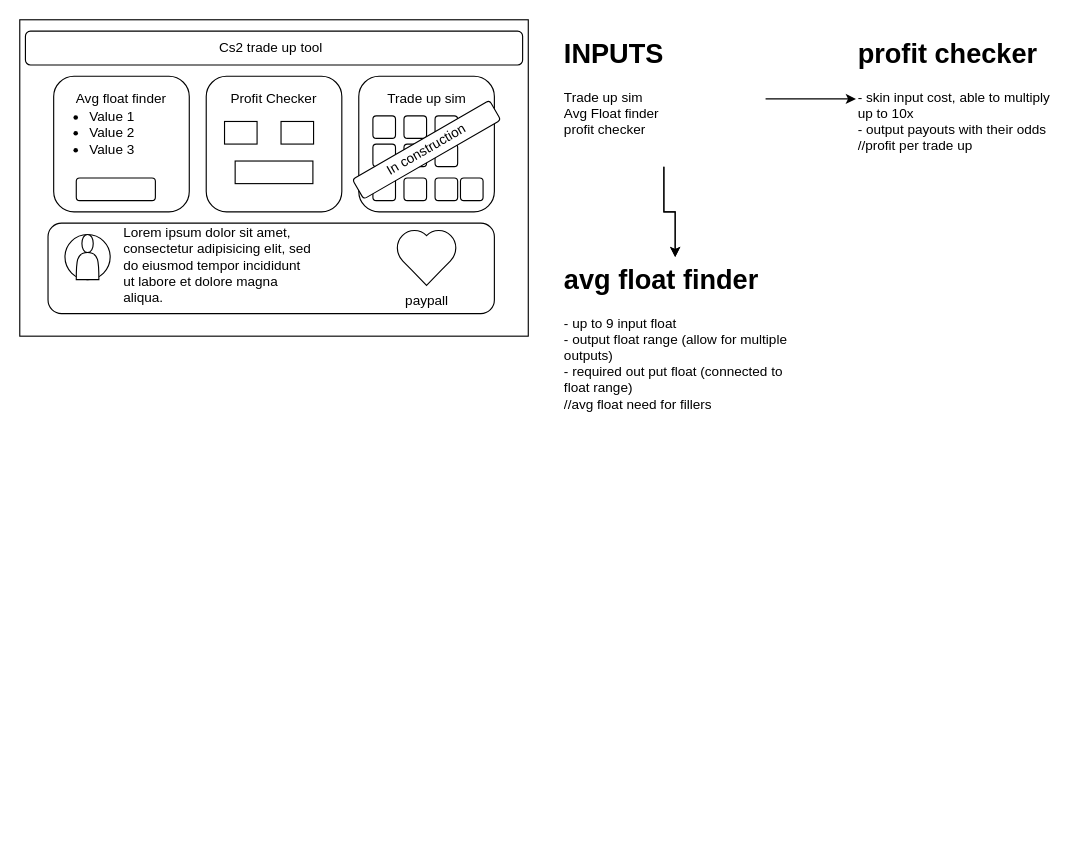
Above: TradeupDesign.drawio in o71ver/Trade-Up-Tool (draw.io), before the change. Source tidied: cells renumbered, new cells numbered last; positions are measured from the earlier drawing's top-left corner, leaving out a move shared by most shapes. Both pictures are drawn from the tidied source at 113%, with x=0, y=0 at pixel (19, 19).
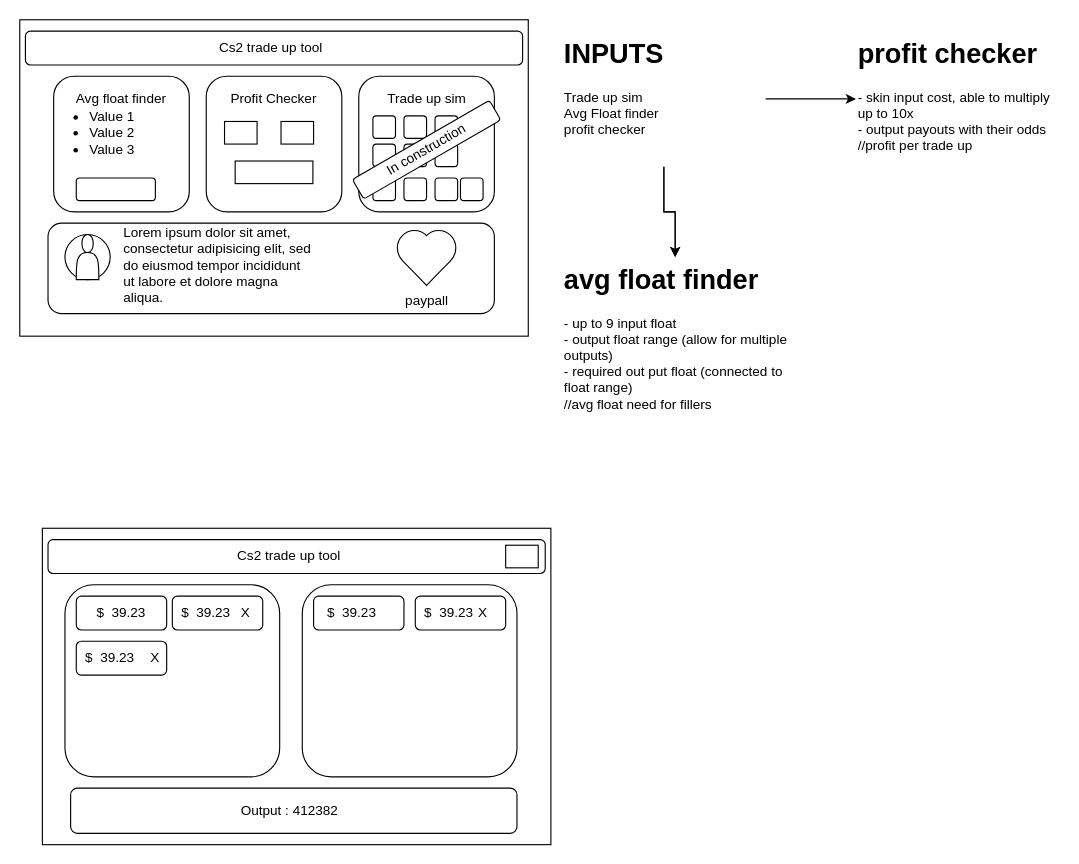
After the change.

What changed in the source:
```diff
@@
+    <mxCell id="39" style="rounded=0;whiteSpace=wrap;html=1;" parent="1" vertex="1">
+      <mxGeometry x="20" y="450" width="450" height="280" as="geometry" />
+    </mxCell>
+    <mxCell id="40" style="rounded=1;whiteSpace=wrap;html=1;" parent="1" vertex="1">
+      <mxGeometry x="25" y="460" width="440" height="30" as="geometry" />
+    </mxCell>
+    <mxCell id="41" value="Cs2 trade up tool" style="text;html=1;align=center;verticalAlign=middle;whiteSpace=wrap;rounded=0;" parent="1" vertex="1">
+      <mxGeometry x="181.2" y="460" width="115" height="30" as="geometry" />
+    </mxCell>
+    <mxCell id="42" style="rounded=0;whiteSpace=wrap;html=1;" parent="1" vertex="1">
+      <mxGeometry x="430" y="465" width="28.8" height="20" as="geometry" />
+    </mxCell>
+    <mxCell id="43" style="rounded=1;whiteSpace=wrap;html=1;" parent="1" vertex="1">
+      <mxGeometry x="40" y="500" width="190" height="170" as="geometry" />
+    </mxCell>
+    <mxCell id="44" style="rounded=1;whiteSpace=wrap;html=1;" parent="1" vertex="1">
+      <mxGeometry x="250" y="500" width="190" height="170" as="geometry" />
+    </mxCell>
+    <mxCell id="45" style="rounded=1;whiteSpace=wrap;html=1;" parent="1" vertex="1">
+      <mxGeometry x="45" y="680" width="395" height="40" as="geometry" />
+    </mxCell>
+    <mxCell id="46" style="rounded=1;whiteSpace=wrap;html=1;" parent="1" vertex="1">
+      <mxGeometry x="50" y="510" width="80" height="30" as="geometry" />
+    </mxCell>
+    <mxCell id="47" style="rounded=1;whiteSpace=wrap;html=1;" parent="1" vertex="1">
+      <mxGeometry x="135" y="510" width="80" height="30" as="geometry" />
+    </mxCell>
+    <mxCell id="48" style="rounded=1;whiteSpace=wrap;html=1;" parent="1" vertex="1">
+      <mxGeometry x="50" y="550" width="80" height="30" as="geometry" />
+    </mxCell>
+    <mxCell id="49" style="rounded=1;whiteSpace=wrap;html=1;" parent="1" vertex="1">
+      <mxGeometry x="260" y="510" width="80" height="30" as="geometry" />
+    </mxCell>
+    <mxCell id="50" style="rounded=1;whiteSpace=wrap;html=1;" parent="1" vertex="1">
+      <mxGeometry x="350" y="510" width="80" height="30" as="geometry" />
+    </mxCell>
+    <mxCell id="51" value="$&amp;nbsp; 39.23" style="text;html=1;align=center;verticalAlign=middle;whiteSpace=wrap;rounded=0;" parent="1" vertex="1">
+      <mxGeometry x="60" y="510" width="60" height="30" as="geometry" />
+    </mxCell>
+    <mxCell id="52" value="X" style="text;html=1;align=center;verticalAlign=middle;whiteSpace=wrap;rounded=0;" parent="1" vertex="1">
+      <mxGeometry x="170" y="510" width="60" height="30" as="geometry" />
+    </mxCell>
+    <mxCell id="53" value="X" style="text;html=1;align=center;verticalAlign=middle;whiteSpace=wrap;rounded=0;" parent="1" vertex="1">
+      <mxGeometry x="90" y="550" width="60" height="30" as="geometry" />
+    </mxCell>
+    <mxCell id="54" value="$&amp;nbsp; 39.23" style="text;html=1;align=center;verticalAlign=middle;whiteSpace=wrap;rounded=0;" parent="1" vertex="1">
+      <mxGeometry x="135" y="510" width="60" height="30" as="geometry" />
+    </mxCell>
+    <mxCell id="55" value="$&amp;nbsp; 39.23" style="text;html=1;align=center;verticalAlign=middle;whiteSpace=wrap;rounded=0;" parent="1" vertex="1">
+      <mxGeometry x="50" y="550" width="60" height="30" as="geometry" />
+    </mxCell>
+    <mxCell id="56" value="$&amp;nbsp; 39.23" style="text;html=1;align=center;verticalAlign=middle;whiteSpace=wrap;rounded=0;" parent="1" vertex="1">
+      <mxGeometry x="263.8" y="510" width="60" height="30" as="geometry" />
+    </mxCell>
+    <mxCell id="57" value="$&amp;nbsp; 39.23" style="text;html=1;align=center;verticalAlign=middle;whiteSpace=wrap;rounded=0;" parent="1" vertex="1">
+      <mxGeometry x="350" y="510" width="60" height="30" as="geometry" />
+    </mxCell>
+    <mxCell id="58" value="X" style="text;html=1;align=center;verticalAlign=middle;whiteSpace=wrap;rounded=0;" parent="1" vertex="1">
+      <mxGeometry x="380" y="510" width="60" height="30" as="geometry" />
+    </mxCell>
+    <mxCell id="59" value="Output : 412382" style="text;html=1;align=center;verticalAlign=middle;whiteSpace=wrap;rounded=0;" parent="1" vertex="1">
+      <mxGeometry x="178.8" y="685" width="120" height="30" as="geometry" />
+    </mxCell>
```
